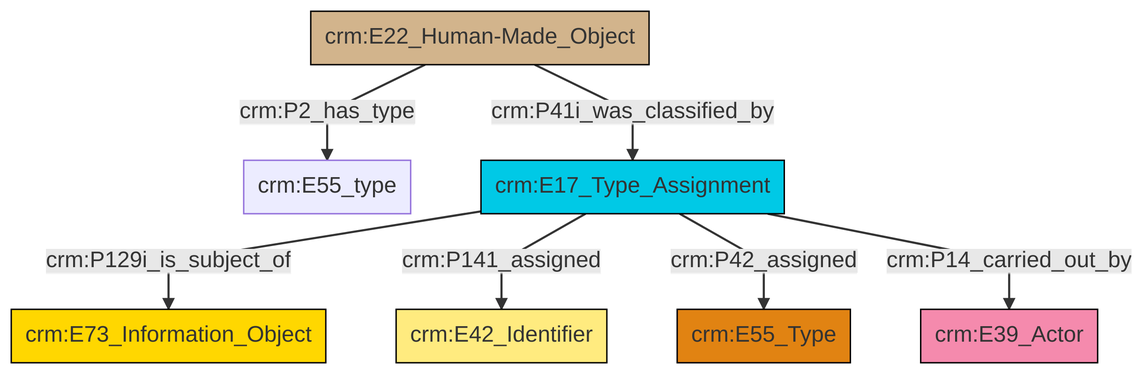
Earlier version of the Mermaid export et/builtWorkCSV/ttl/mmd/png/Built_Work_designation_status.png (swiss-art-research-net/reference-data-models). Its source is kept beside it as et/builtWorkCSV/ttl/mmd/Built_Work_designation_status.ttl.mmd.
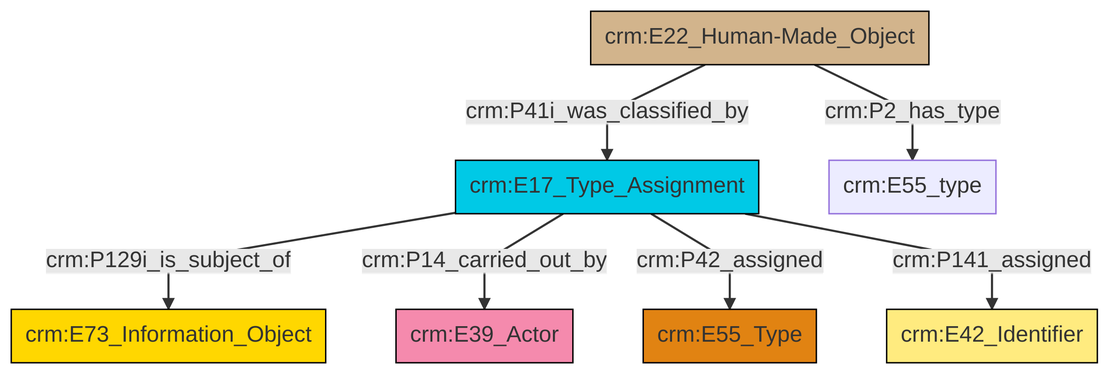
After the commit.

Diff of the diagram source:
```diff
@@ -13,9 +13,9 @@
 classDef PC_Classes fill:#4ce600, stroke:#000000;
 classDef Multi fill:#cccccc,stroke:#000000;
 
-4["crm:E17_Type_Assignment"]:::Temporal_Entity -->|crm:P129i_is_subject_of| 5["crm:E73_Information_Object"]:::Conceptual_Object
-6["crm:E22_Human-Made_Object"]:::Physical_Thing -->|crm:P2_has_type| 0["crm:E55_type"]:::Default
-6["crm:E22_Human-Made_Object"]:::Physical_Thing -->|crm:P41i_was_classified_by| 4["crm:E17_Type_Assignment"]:::Temporal_Entity
-4["crm:E17_Type_Assignment"]:::Temporal_Entity -->|crm:P141_assigned| 11["crm:E42_Identifier"]:::Appellation
-4["crm:E17_Type_Assignment"]:::Temporal_Entity -->|crm:P42_assigned| 2["crm:E55_Type"]:::Type
-4["crm:E17_Type_Assignment"]:::Temporal_Entity -->|crm:P14_carried_out_by| 9["crm:E39_Actor"]:::Actor
+4["crm:E17_Type_Assignment"]:::Temporal_Entity -->|crm:P129i_is_subject_of| 6["crm:E73_Information_Object"]:::Conceptual_Object
+4["crm:E17_Type_Assignment"]:::Temporal_Entity -->|crm:P14_carried_out_by| 0["crm:E39_Actor"]:::Actor
+4["crm:E17_Type_Assignment"]:::Temporal_Entity -->|crm:P42_assigned| 9["crm:E55_Type"]:::Type
+2["crm:E22_Human-Made_Object"]:::Physical_Thing -->|crm:P41i_was_classified_by| 4["crm:E17_Type_Assignment"]:::Temporal_Entity
+4["crm:E17_Type_Assignment"]:::Temporal_Entity -->|crm:P141_assigned| 7["crm:E42_Identifier"]:::Appellation
+2["crm:E22_Human-Made_Object"]:::Physical_Thing -->|crm:P2_has_type| 11["crm:E55_type"]:::Default
```
